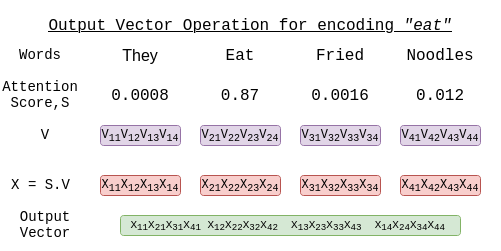
Above: assets/images/attention_score.png in devennn/devennn.github.io (draw.io), before the change. Source tidied: cells renumbered, new cells last; positions are measured from the earlier drawing's top-left corner, leaving out a move shared by most shapes.
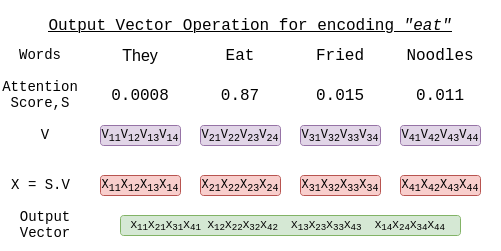
After the commit.

Change to the diagram source:
```diff
@@ -50,10 +50,10 @@
     <mxCell id="17" value="&lt;font style=&quot;font-size: 16px&quot; face=&quot;Courier New&quot;&gt;0.87&lt;/font&gt;" style="text;html=1;strokeColor=none;fillColor=none;align=center;verticalAlign=middle;whiteSpace=wrap;rounded=0;" parent="1" vertex="1">
       <mxGeometry x="220" y="85" width="40" height="20" as="geometry" />
     </mxCell>
-    <mxCell id="18" value="&lt;font style=&quot;font-size: 16px&quot; face=&quot;Courier New&quot;&gt;0.0016&lt;/font&gt;" style="text;html=1;strokeColor=none;fillColor=none;align=center;verticalAlign=middle;whiteSpace=wrap;rounded=0;" parent="1" vertex="1">
+    <mxCell id="18" value="&lt;font style=&quot;font-size: 16px&quot; face=&quot;Courier New&quot;&gt;0.015&lt;/font&gt;" style="text;html=1;strokeColor=none;fillColor=none;align=center;verticalAlign=middle;whiteSpace=wrap;rounded=0;" parent="1" vertex="1">
       <mxGeometry x="320" y="85" width="40" height="20" as="geometry" />
     </mxCell>
-    <mxCell id="19" value="&lt;font style=&quot;font-size: 16px&quot; face=&quot;Courier New&quot;&gt;0.012&lt;/font&gt;" style="text;html=1;strokeColor=none;fillColor=none;align=center;verticalAlign=middle;whiteSpace=wrap;rounded=0;" parent="1" vertex="1">
+    <mxCell id="19" value="&lt;font style=&quot;font-size: 16px&quot; face=&quot;Courier New&quot;&gt;0.011&lt;/font&gt;" style="text;html=1;strokeColor=none;fillColor=none;align=center;verticalAlign=middle;whiteSpace=wrap;rounded=0;" parent="1" vertex="1">
       <mxGeometry x="420" y="85" width="40" height="20" as="geometry" />
     </mxCell>
     <mxCell id="20" value="&lt;font style=&quot;font-size: 14px&quot; face=&quot;Courier New&quot;&gt;Attention Score,S&lt;/font&gt;" style="text;html=1;strokeColor=none;fillColor=none;align=center;verticalAlign=middle;whiteSpace=wrap;rounded=0;" parent="1" vertex="1">
```
